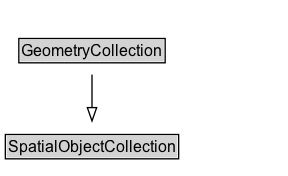
Earlier version of the Graphviz export docs/diagrams/GeometryCollection.dot.png (ISO-TC204/ontology-import-geo). Its source is kept beside it as docs/diagrams/GeometryCollection.dot.
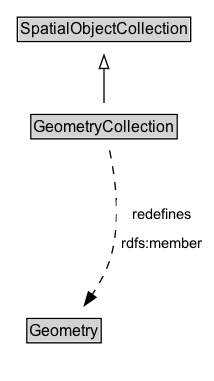
After the commit.

The edit, as a diff of the source:
```diff
@@ -2,6 +2,10 @@
 	graph [overlap=false rankdir=TB splines=true]
 	node [fontname=Arial fontsize=12 margin=0 shape=none]
 	edge [fontname=Arial fontsize=11]
+	{
+		rank=source
+		SpatialObjectCollection [label=<<TABLE BORDER="1" CELLBORDER="0" CELLSPACING="0" CELLPADDING="1"><TR><TD BGCOLOR="lightgray" ALIGN="CENTER">SpatialObjectCollection</TD></TR></TABLE>> URL="../SpatialObjectCollection" margin=0]
+	}
 	GeometryCollection [label=<<TABLE BORDER="1" CELLBORDER="0" CELLSPACING="0" CELLPADDING="1"><TR><TD BGCOLOR="lightgray" ALIGN="CENTER">GeometryCollection</TD></TR></TABLE>> URL="../GeometryCollection" margin=0]
 	{
 		rank=max
@@ -9,7 +13,11 @@
 	subgraph cluster_associated {
 		label="" style=invis
 		Invis [label=<<TABLE BORDER="0" CELLBORDER="0" CELLSPACING="0" CELLPADDING="1"><TR><TD></TD></TR></TABLE>> margin=0 style=invis]
+		Geometry [label=<<TABLE BORDER="1" CELLBORDER="0" CELLSPACING="0" CELLPADDING="1"><TR><TD BGCOLOR="lightgray" ALIGN="CENTER">Geometry</TD></TR></TABLE>> URL="../Geometry" margin=0]
 	}
-	SpatialObjectCollection [label=<<TABLE BORDER="1" CELLBORDER="0" CELLSPACING="0" CELLPADDING="1"><TR><TD BGCOLOR="lightgray" ALIGN="CENTER">SpatialObjectCollection</TD></TR></TABLE>> URL="../SpatialObjectCollection" margin=0]
 	GeometryCollection -> SpatialObjectCollection [arrowhead=onormal style=solid]
+	GeometryCollection -> Invis [style=invis]
+	Invis -> Geometry [style=invis]
+	Geometry [label=<<TABLE BORDER="1" CELLBORDER="0" CELLSPACING="0" CELLPADDING="1"><TR><TD BGCOLOR="lightgray" ALIGN="CENTER">Geometry</TD></TR></TABLE>> URL="../Geometry" margin=0]
+	GeometryCollection -> Geometry [label=<<TABLE BORDER="0" CELLBORDER="0" CELLSPACING="0" CELLPADDING="4" BGCOLOR="white"><TR><TD ALIGN="CENTER">redefines</TD></TR><TR><TD ALIGN="CENTER">rdfs:member</TD></TR></TABLE>> arrowhead=normal style=dashed]
 }
```
